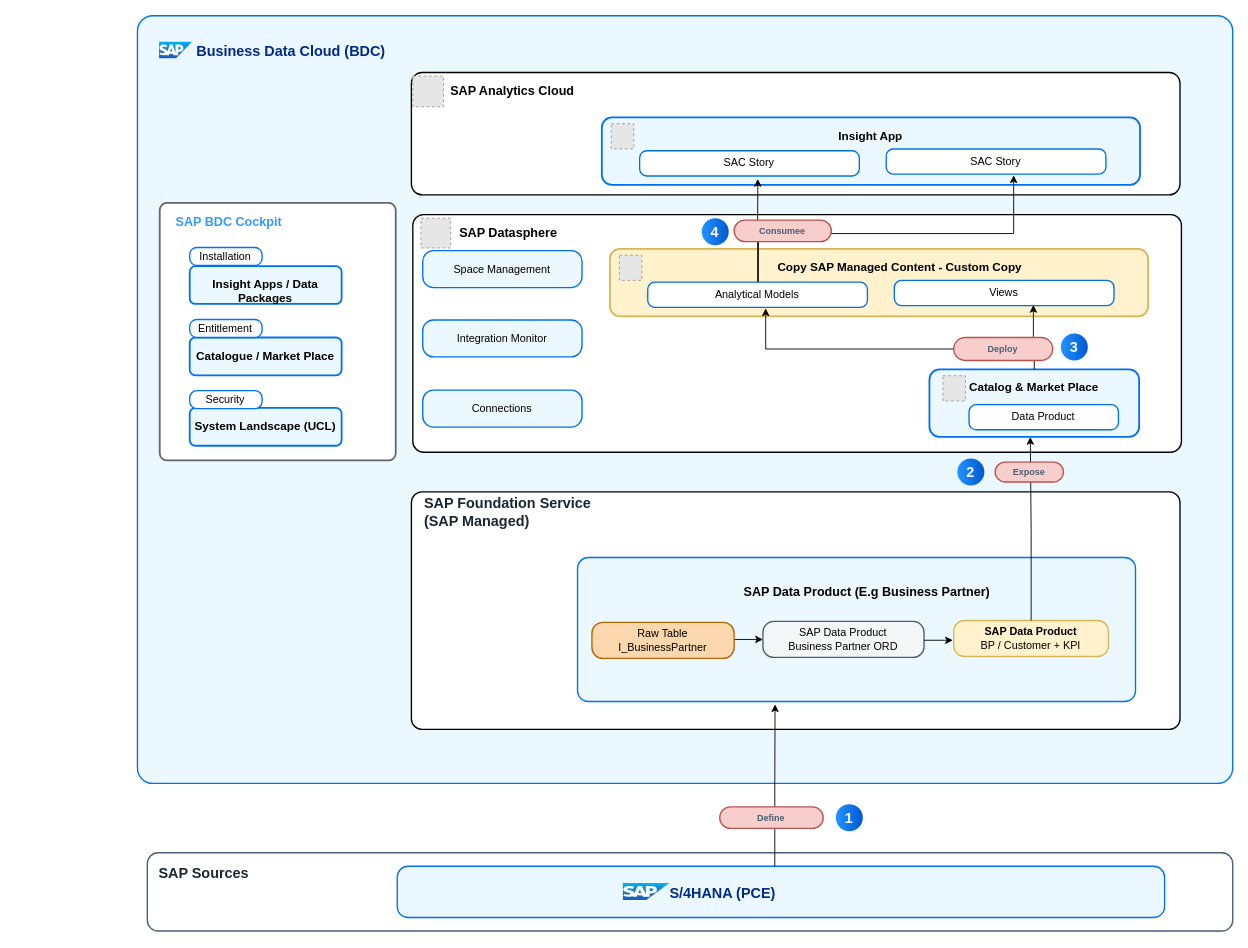
SAP/architecture-center keeps this draw.io diagram as docs/ref-arch/RA0013/3-insights-apps-greenfield-bdc/drawio/sap-managed-custom-insight-app.drawio. Above is the earlier version. Source tidied: cells renumbered, new cells numbered last; positions are measured from the earlier drawing's top-left corner, leaving out a move shared by most shapes. Both pictures are drawn from the tidied source at 90%, with x=0, y=0 at pixel (22, 15). Pictures stored in the file or linked from it are replaced by grey dashed boxes.
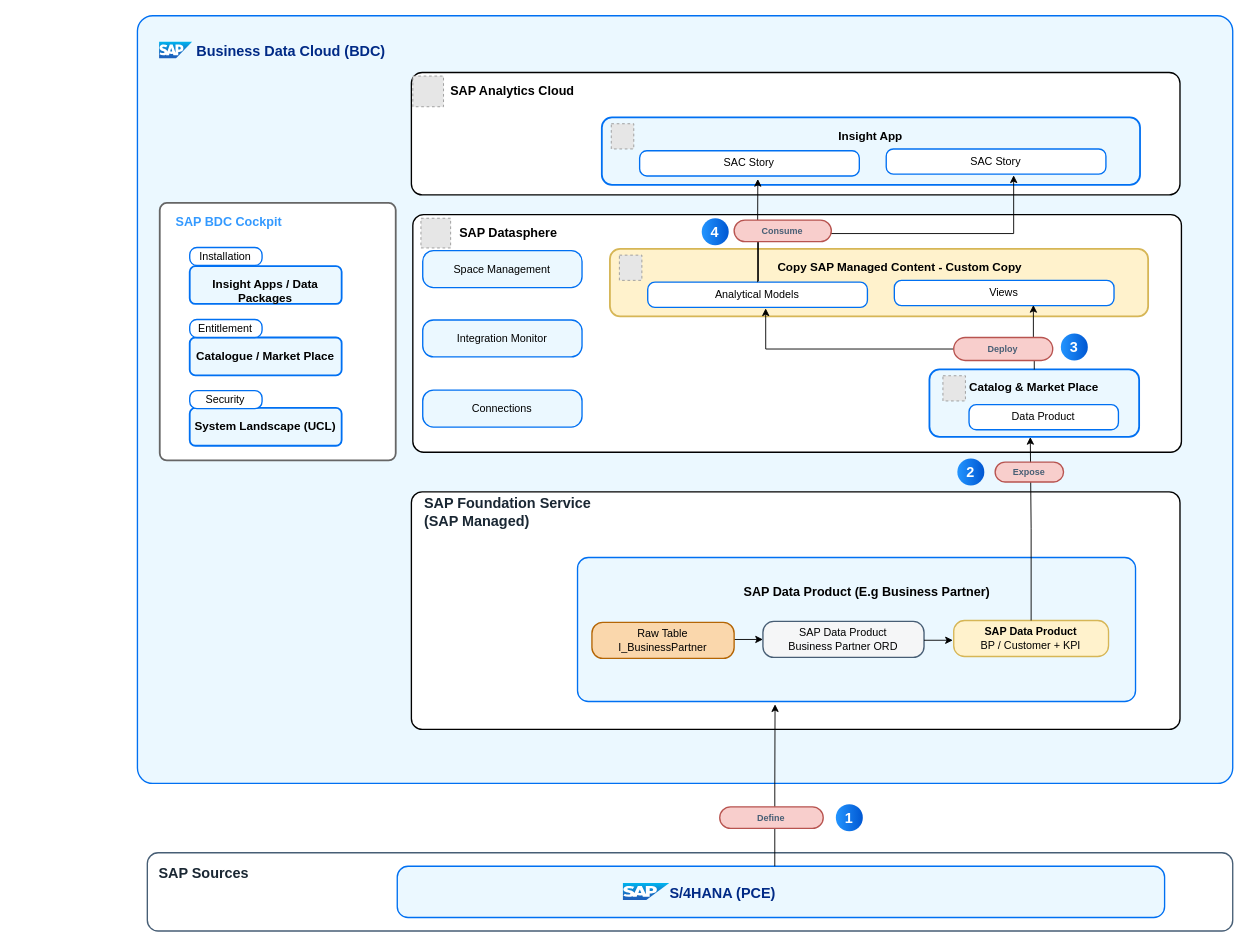
Above is the later version.

Commit message (it also covers changes not shown here):
Insight Apps - Readme Updated

What changed in the source:
```diff
@@
-    <mxCell id="63" value="&lt;font size=&quot;1&quot; color=&quot;#475f75&quot;&gt;&lt;b style=&quot;&quot;&gt;Consumee&lt;/b&gt;&lt;/font&gt;" style="rounded=1;whiteSpace=wrap;html=1;arcSize=50;strokeColor=#b85450;fillColor=#f8cecc;strokeWidth=1.5;" parent="1" vertex="1">
+    <mxCell id="63" value="&lt;font size=&quot;1&quot; color=&quot;#475f75&quot;&gt;&lt;b style=&quot;&quot;&gt;Consume&lt;/b&gt;&lt;/font&gt;" style="rounded=1;whiteSpace=wrap;html=1;arcSize=50;strokeColor=#b85450;fillColor=#f8cecc;strokeWidth=1.5;" parent="1" vertex="1">
       <mxGeometry x="790.2" y="227" width="108" height="24" as="geometry" />
     </mxCell>
```
